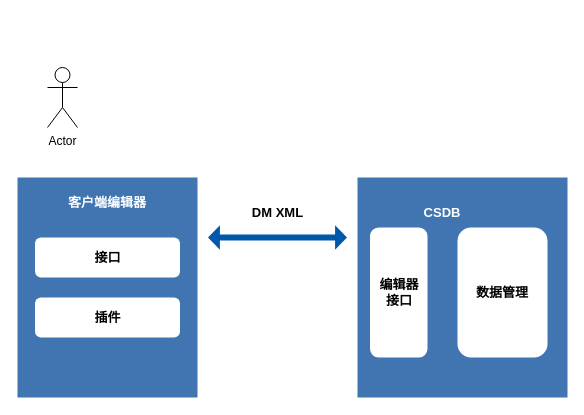
This is csdb/Editor集成.drawio from DemonHan/KuickBuy, a draw.io file, before an edit. Source tidied: cells renumbered, new cells numbered last; positions are measured from the earlier drawing's top-left corner, leaving out a move shared by most shapes. Both pictures are drawn from the tidied source at 100%, with x=0, y=0 at pixel (17, 67).
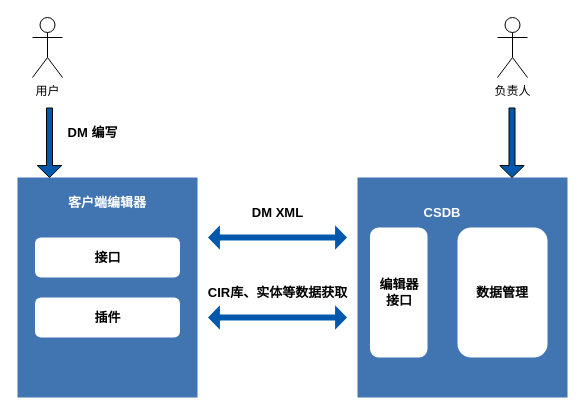
After the change.

What changed in the source:
```diff
@@
-    <mxCell id="3" value="Actor" style="shape=umlActor;verticalLabelPosition=bottom;verticalAlign=top;html=1;" parent="1" vertex="1">
-      <mxGeometry x="30" width="30" height="60" as="geometry" />
+    <mxCell id="3" value="用户" style="shape=umlActor;verticalLabelPosition=bottom;verticalAlign=top;html=1;" parent="1" vertex="1">
+      <mxGeometry x="15" y="-50" width="30" height="60" as="geometry" />
     </mxCell>
@@
+    <mxCell id="13" style="shape=flexArrow;endArrow=classic;startArrow=classic;html=1;rounded=0;width=6;startSize=3.64;endSize=3.64;endWidth=17.387755102040817;startWidth=17.387755102040817;fontStyle=1;fontSize=13;strokeColor=none;fillColor=#0058AC;" parent="1" edge="1">
+      <mxGeometry relative="1" as="geometry">
+        <mxPoint x="330" y="250" as="sourcePoint" />
+        <mxPoint x="190" y="250" as="targetPoint" />
+      </mxGeometry>
+    </mxCell>
+    <mxCell id="14" value="CIR库、实体等数据获取" style="text;html=1;align=center;verticalAlign=middle;strokeColor=none;fillColor=none;fontStyle=1;fontSize=13;" parent="1" vertex="1">
+      <mxGeometry x="180" y="210" width="160" height="30" as="geometry" />
+    </mxCell>
+    <mxCell id="15" value="负责人" style="shape=umlActor;verticalLabelPosition=bottom;verticalAlign=top;html=1;" parent="1" vertex="1">
+      <mxGeometry x="480" y="-50" width="30" height="60" as="geometry" />
+    </mxCell>
+    <mxCell id="16" style="shape=flexArrow;endArrow=none;startArrow=classic;html=1;rounded=0;width=6;startSize=3.64;endSize=3.64;endWidth=17.387755102040817;startWidth=17.387755102040817;fontStyle=1;fontSize=13;strokeColor=default;fillColor=#0058AC;startFill=0;" parent="1" edge="1">
+      <mxGeometry relative="1" as="geometry">
+        <mxPoint x="32" y="110.5" as="sourcePoint" />
+        <mxPoint x="32" y="40" as="targetPoint" />
+      </mxGeometry>
+    </mxCell>
+    <mxCell id="17" style="shape=flexArrow;endArrow=none;startArrow=classic;html=1;rounded=0;width=6;startSize=3.64;endSize=3.64;endWidth=17.387755102040817;startWidth=17.387755102040817;fontStyle=1;fontSize=13;strokeColor=default;fillColor=#0058AC;startFill=0;" parent="1" edge="1">
+      <mxGeometry relative="1" as="geometry">
+        <mxPoint x="494.5" y="110.5" as="sourcePoint" />
+        <mxPoint x="494.5" y="40" as="targetPoint" />
+      </mxGeometry>
+    </mxCell>
+    <mxCell id="18" value="DM 编写" style="text;html=1;align=center;verticalAlign=middle;strokeColor=none;fillColor=none;fontStyle=1;fontSize=13;" parent="1" vertex="1">
+      <mxGeometry x="40" y="50" width="70" height="30" as="geometry" />
+    </mxCell>
```
